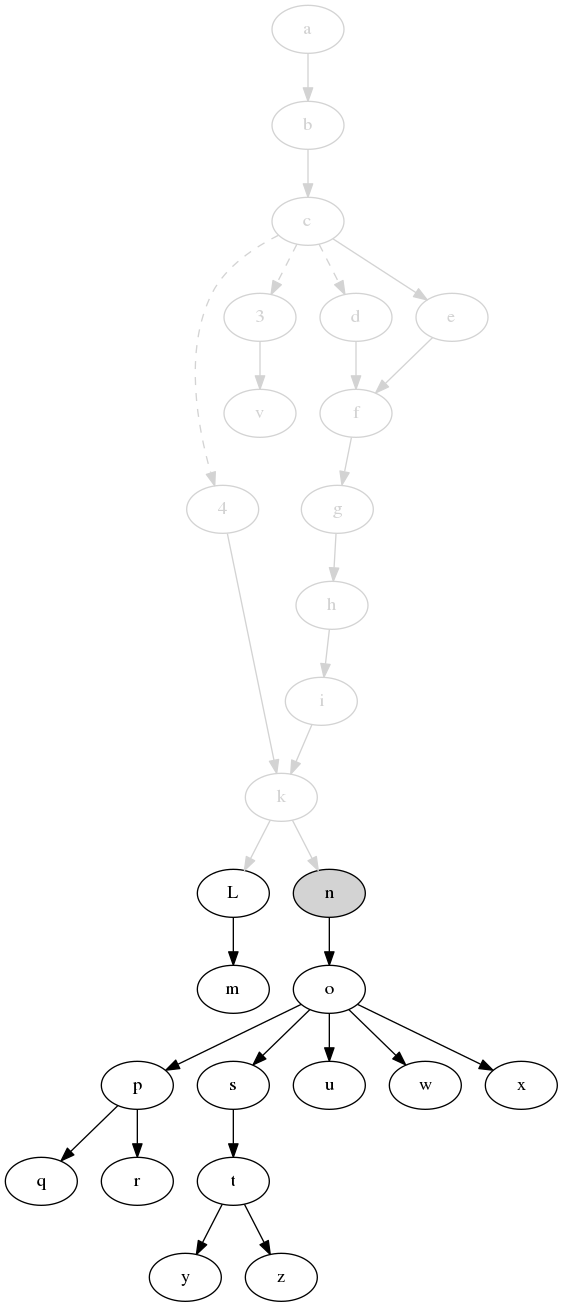
The Graphviz diagram svm-startup-deps.png in jdmpapin/svm-startup-deps, before a commit. Its source is kept beside it as svm-startup-deps.dot.
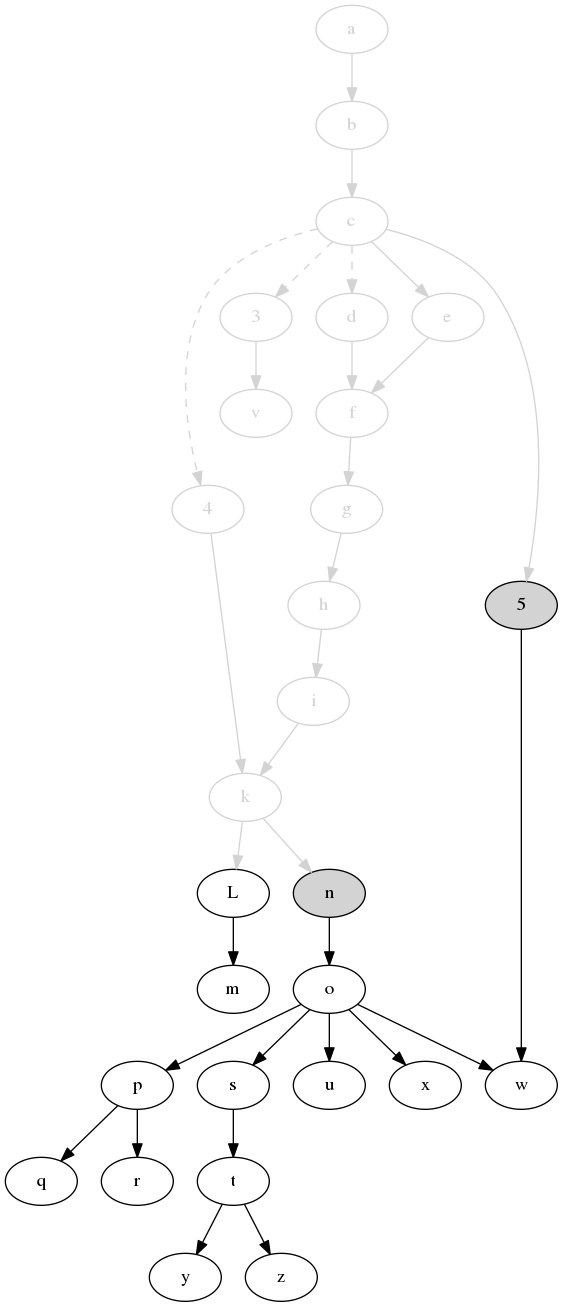
After the change.

What changed in the source:
```diff
@@ -13,6 +13,7 @@
     k [color=lightgrey,fontcolor=lightgrey];
     L;
     m;
+    5 [style=filled,fillcolor=lightgrey];
     n [style=filled,fillcolor=lightgrey];
     o;
     p;
@@ -35,6 +36,7 @@
     a -> b [color=lightgrey];
     b -> c [color=lightgrey];
     c -> e [color=lightgrey];
+    c -> 5 [color=lightgrey];
     d -> f [color=lightgrey];
     e -> f [color=lightgrey];
     f -> g [color=lightgrey];
@@ -51,6 +53,7 @@
     o -> s;
     s -> t;
     o -> u;
+    5 -> w;
     o -> w;
     o -> x;
     t -> y;
```
